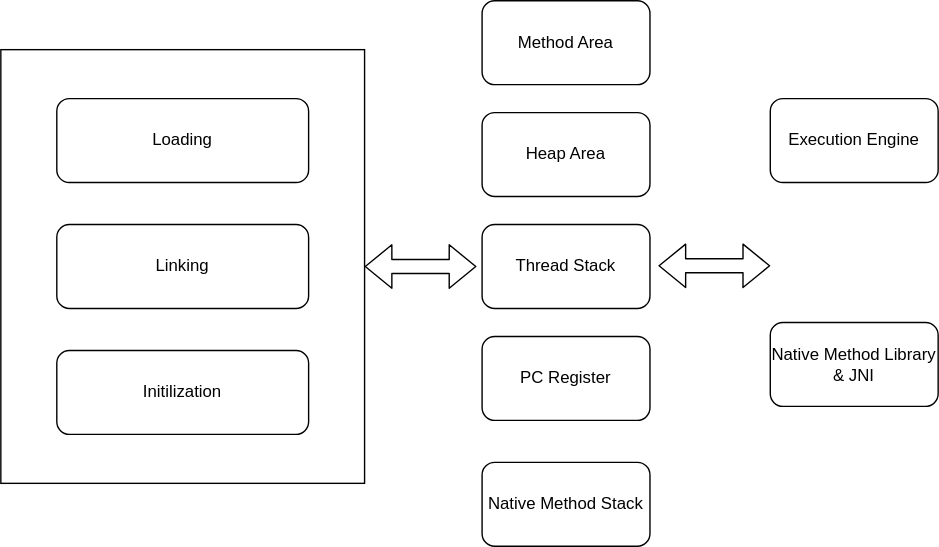
balajivijayan/balajivijayan.github.io keeps this draw.io diagram as content/tales/jvm-arch.drawio.svg. Above is the earlier version. Source tidied: cells renumbered, new cells last; positions are measured from the earlier drawing's top-left corner, leaving out a move shared by most shapes.
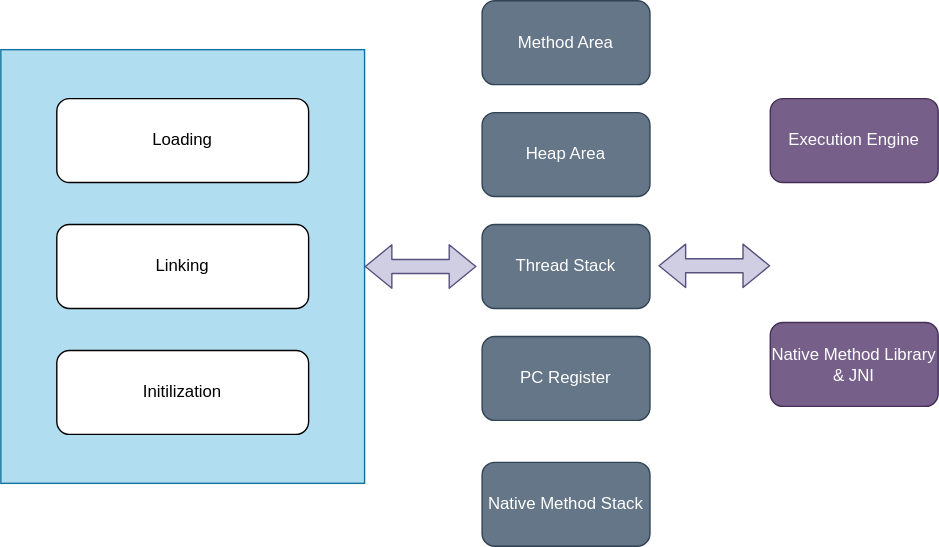
The same file after the commit.

The edit, as a diff of the source:
```diff
@@ -2,7 +2,7 @@
   <root>
     <mxCell id="0" />
     <mxCell id="1" parent="0" />
-    <mxCell id="2" style="rounded=0;whiteSpace=wrap;html=1;" parent="1" vertex="1">
+    <mxCell id="2" style="rounded=0;whiteSpace=wrap;html=1;fillColor=#b1ddf0;strokeColor=#10739e;" parent="1" vertex="1">
       <mxGeometry y="35" width="260" height="310" as="geometry" />
     </mxCell>
     <mxCell id="3" value="Loading" style="rounded=1;whiteSpace=wrap;html=1;" parent="1" vertex="1">
@@ -14,33 +14,33 @@
     <mxCell id="5" value="Initilization" style="rounded=1;whiteSpace=wrap;html=1;" parent="1" vertex="1">
       <mxGeometry x="40" y="250" width="180" height="60" as="geometry" />
     </mxCell>
-    <mxCell id="6" value="Method Area" style="rounded=1;whiteSpace=wrap;html=1;" parent="1" vertex="1">
+    <mxCell id="6" value="Method Area" style="rounded=1;whiteSpace=wrap;html=1;fillColor=#647687;fontColor=#ffffff;strokeColor=#314354;" parent="1" vertex="1">
       <mxGeometry x="344" width="120" height="60" as="geometry" />
     </mxCell>
-    <mxCell id="7" value="Heap Area" style="rounded=1;whiteSpace=wrap;html=1;" parent="1" vertex="1">
+    <mxCell id="7" value="Heap Area" style="rounded=1;whiteSpace=wrap;html=1;fillColor=#647687;fontColor=#ffffff;strokeColor=#314354;" parent="1" vertex="1">
       <mxGeometry x="344" y="80" width="120" height="60" as="geometry" />
     </mxCell>
-    <mxCell id="8" value="Thread Stack" style="rounded=1;whiteSpace=wrap;html=1;" parent="1" vertex="1">
+    <mxCell id="8" value="Thread Stack" style="rounded=1;whiteSpace=wrap;html=1;fillColor=#647687;fontColor=#ffffff;strokeColor=#314354;" parent="1" vertex="1">
       <mxGeometry x="344" y="160" width="120" height="60" as="geometry" />
     </mxCell>
-    <mxCell id="9" value="PC Register" style="rounded=1;whiteSpace=wrap;html=1;" parent="1" vertex="1">
+    <mxCell id="9" value="PC Register" style="rounded=1;whiteSpace=wrap;html=1;fillColor=#647687;fontColor=#ffffff;strokeColor=#314354;" parent="1" vertex="1">
       <mxGeometry x="344" y="240" width="120" height="60" as="geometry" />
     </mxCell>
-    <mxCell id="10" value="Native Method Stack" style="rounded=1;whiteSpace=wrap;html=1;" parent="1" vertex="1">
+    <mxCell id="10" value="Native Method Stack" style="rounded=1;whiteSpace=wrap;html=1;fillColor=#647687;fontColor=#ffffff;strokeColor=#314354;" parent="1" vertex="1">
       <mxGeometry x="344" y="330" width="120" height="60" as="geometry" />
     </mxCell>
-    <mxCell id="11" style="shape=flexArrow;endArrow=classic;startArrow=classic;html=1;exitX=1;exitY=0.5;exitDx=0;exitDy=0;" parent="1" edge="1" source="2">
+    <mxCell id="11" style="shape=flexArrow;endArrow=classic;startArrow=classic;html=1;exitX=1;exitY=0.5;exitDx=0;exitDy=0;fillColor=#d0cee2;strokeColor=#56517e;" parent="1" edge="1" source="2">
       <mxGeometry relative="1" as="geometry">
         <mxPoint x="340" y="190" as="targetPoint" />
       </mxGeometry>
     </mxCell>
-    <mxCell id="12" value="Execution Engine" style="rounded=1;whiteSpace=wrap;html=1;" parent="1" vertex="1">
+    <mxCell id="12" value="Execution Engine" style="rounded=1;whiteSpace=wrap;html=1;fillColor=#76608a;fontColor=#ffffff;strokeColor=#432D57;" parent="1" vertex="1">
       <mxGeometry x="550" y="70" width="120" height="60" as="geometry" />
     </mxCell>
-    <mxCell id="13" value="Native Method Library&lt;br&gt;&amp;amp; JNI" style="rounded=1;whiteSpace=wrap;html=1;" parent="1" vertex="1">
+    <mxCell id="13" value="Native Method Library&lt;br&gt;&amp;amp; JNI" style="rounded=1;whiteSpace=wrap;html=1;fillColor=#76608a;fontColor=#ffffff;strokeColor=#432D57;" parent="1" vertex="1">
       <mxGeometry x="550" y="230" width="120" height="60" as="geometry" />
     </mxCell>
-    <mxCell id="14" style="shape=flexArrow;endArrow=classic;startArrow=classic;html=1;exitX=1;exitY=0.5;exitDx=0;exitDy=0;" parent="1" edge="1">
+    <mxCell id="14" style="shape=flexArrow;endArrow=classic;startArrow=classic;html=1;exitX=1;exitY=0.5;exitDx=0;exitDy=0;fillColor=#d0cee2;strokeColor=#56517e;" parent="1" edge="1">
       <mxGeometry relative="1" as="geometry">
         <mxPoint x="470" y="189.5" as="sourcePoint" />
         <mxPoint x="550" y="189.5" as="targetPoint" />
```
